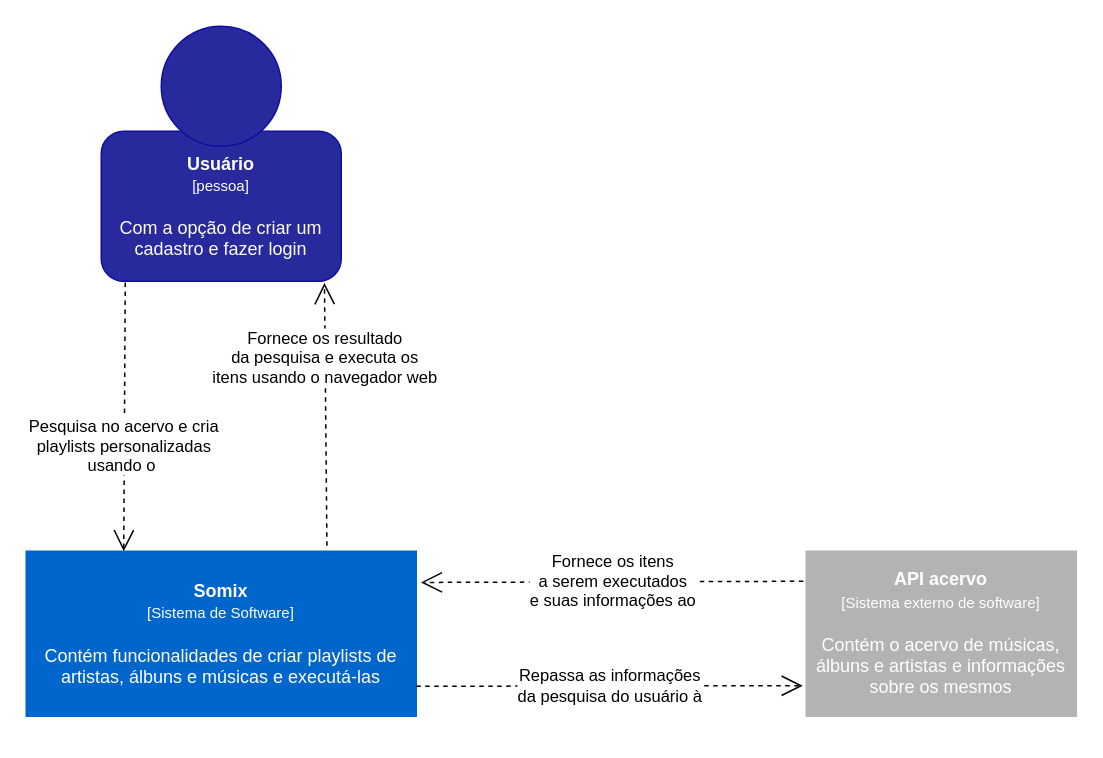
This is Diagrama sem nome.drawio from verzajr/verzaJr, a draw.io file, before an edit. Source tidied: cells renumbered, new cells numbered last; positions are measured from the earlier drawing's top-left corner, leaving out a move shared by most shapes. Both pictures are drawn from the tidied source at 150%, with x=0, y=0 at pixel (26, 26).
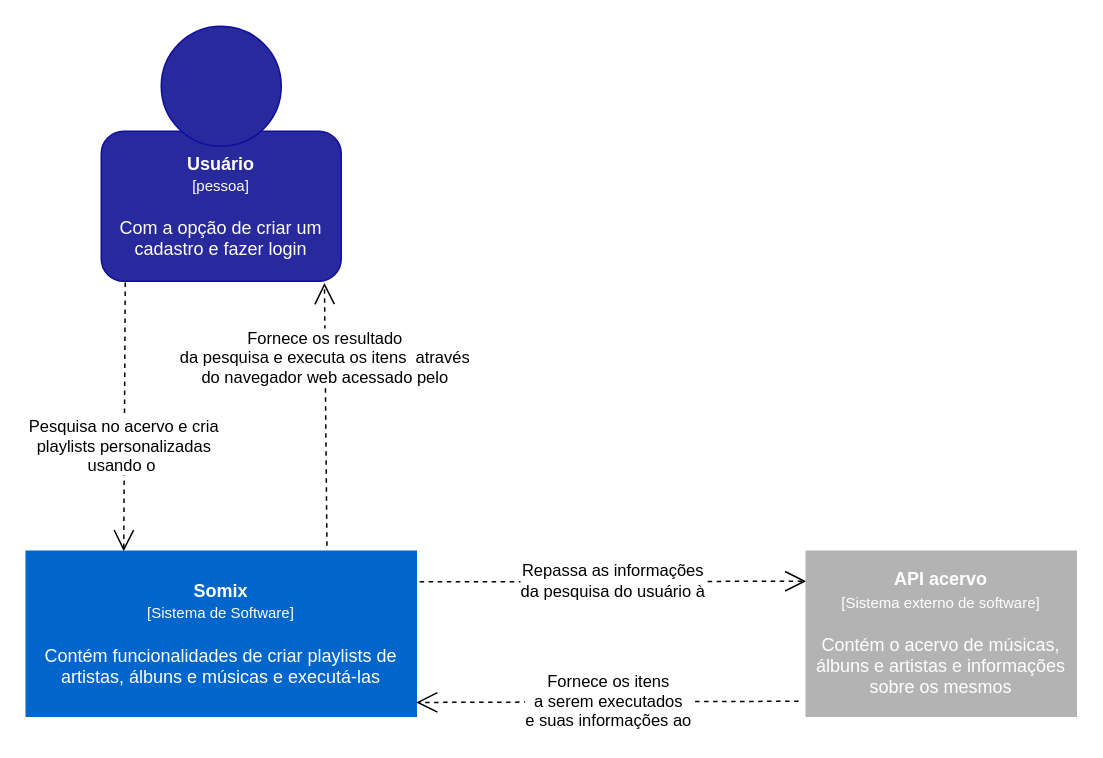
After the change.

Commit message:
atualizar C4_Somix

Change to the diagram source:
```diff
@@
 <mxGraphModel>
   <root>
     <mxCell id="0" />
     <mxCell id="1" parent="0" />
     <mxCell id="2" value="&lt;font color=&quot;#ffffff&quot;&gt;&lt;b&gt;Usuário&lt;br&gt;&lt;/b&gt;&lt;font style=&quot;font-size: 10px;&quot;&gt;[pessoa]&lt;br&gt;&lt;/font&gt;&lt;br&gt;Com a opção de criar um cadastro e fazer login&lt;/font&gt;" style="rounded=1;whiteSpace=wrap;html=1;fillColor=#29299E;strokeColor=#0D0D9E;" parent="1" vertex="1">
       <mxGeometry x="50" y="70" width="160" height="100" as="geometry" />
     </mxCell>
     <mxCell id="3" style="ellipse;whiteSpace=wrap;html=1;fillColor=#29299E;strokeColor=#0D0D9E;" parent="1" vertex="1">
       <mxGeometry x="90" width="80" height="80" as="geometry" />
     </mxCell>
     <mxCell id="4" value="Pesquisa no acervo e cria&lt;br&gt;playlists personalizadas&lt;br&gt;usando o&amp;nbsp;" style="endArrow=open;endSize=12;dashed=1;html=1;rounded=0;exitX=0.1;exitY=1.008;exitDx=0;exitDy=0;entryX=0.25;entryY=0;entryDx=0;entryDy=0;exitPerimeter=0;" parent="1" edge="1" source="2" target="5">
       <mxGeometry x="0.22" relative="1" as="geometry" />
     </mxCell>
     <mxCell id="5" value="&lt;font color=&quot;#ffffff&quot;&gt;&lt;b&gt;Somix&lt;/b&gt;&lt;br&gt;&lt;font style=&quot;font-size: 10px;&quot;&gt;[Sistema de Software]&lt;br&gt;&lt;/font&gt;&lt;br&gt;Contém funcionalidades de criar playlists de artistas, álbuns e músicas e executá-las&lt;/font&gt;" style="rounded=0;whiteSpace=wrap;html=1;fillColor=#0066CC;strokeColor=#0066CC;" parent="1" vertex="1">
       <mxGeometry y="350" width="260" height="110" as="geometry" />
     </mxCell>
-    <mxCell id="6" value="Repassa as informações&lt;br&gt;da pesquisa do usuário à" style="endArrow=open;endSize=12;dashed=1;html=1;rounded=0;exitX=1;exitY=0.5;exitDx=0;exitDy=0;entryX=-0.013;entryY=0.815;entryDx=0;entryDy=0;entryPerimeter=0;" parent="1" edge="1" target="7">
+    <mxCell id="6" value="Repassa as informações&lt;br&gt;da pesquisa do usuário à" style="endArrow=open;endSize=12;dashed=1;html=1;rounded=0;exitX=1;exitY=0.5;exitDx=0;exitDy=0;entryX=-0.013;entryY=0.815;entryDx=0;entryDy=0;entryPerimeter=0;" parent="1" edge="1">
       <mxGeometry relative="1" as="geometry">
-        <mxPoint x="260" y="440" as="sourcePoint" />
+        <mxPoint x="262.3" y="370.4" as="sourcePoint" />
+        <mxPoint x="520" y="370" as="targetPoint" />
       </mxGeometry>
     </mxCell>
     <mxCell id="7" value="&lt;font color=&quot;#ffffff&quot;&gt;&lt;b&gt;API acervo&lt;br&gt;&lt;/b&gt;&lt;font style=&quot;font-size: 10px;&quot;&gt;[Sistema externo de software]&lt;/font&gt;&lt;br&gt;&lt;br&gt;Contém o acervo de músicas, álbuns e artistas e informações sobre os mesmos&lt;/font&gt;" style="rounded=0;whiteSpace=wrap;html=1;fillColor=#B3B3B3;strokeColor=#B3B3B3;" parent="1" vertex="1">
       <mxGeometry x="520" y="350" width="180" height="110" as="geometry" />
     </mxCell>
-    <mxCell id="8" value="Fornece os itens&lt;br&gt;a serem executados&lt;br&gt;e suas informações ao" style="endArrow=open;endSize=12;dashed=1;html=1;rounded=0;exitX=-0.011;exitY=0.182;exitDx=0;exitDy=0;entryX=1.012;entryY=0.189;entryDx=0;entryDy=0;entryPerimeter=0;exitPerimeter=0;" parent="1" edge="1" source="7" target="5">
-      <mxGeometry relative="1" as="geometry" />
+    <mxCell id="8" value="Fornece os itens&lt;br&gt;a serem executados&lt;br&gt;e suas informações ao" style="endArrow=open;endSize=12;dashed=1;html=1;rounded=0;exitX=-0.011;exitY=0.182;exitDx=0;exitDy=0;entryX=1.012;entryY=0.189;entryDx=0;entryDy=0;entryPerimeter=0;exitPerimeter=0;" parent="1" edge="1">
+      <mxGeometry relative="1" as="geometry">
+        <mxPoint x="514.9" y="450" as="sourcePoint" />
+        <mxPoint x="260" y="450.8" as="targetPoint" />
+      </mxGeometry>
     </mxCell>
-    <mxCell id="9" value="Fornece os resultado&lt;br&gt;da pesquisa e executa os&lt;br&gt;itens usando o navegador web" style="endArrow=open;endSize=12;dashed=1;html=1;rounded=0;entryX=0.93;entryY=1.012;entryDx=0;entryDy=0;entryPerimeter=0;exitX=0.771;exitY=-0.033;exitDx=0;exitDy=0;exitPerimeter=0;" parent="1" edge="1" source="5" target="2">
+    <mxCell id="9" value="Fornece os resultado&lt;br&gt;da pesquisa e executa os itens&amp;nbsp; através&lt;br&gt;do navegador web acessado pelo" style="endArrow=open;endSize=12;dashed=1;html=1;rounded=0;entryX=0.93;entryY=1.012;entryDx=0;entryDy=0;entryPerimeter=0;exitX=0.771;exitY=-0.033;exitDx=0;exitDy=0;exitPerimeter=0;" parent="1" edge="1" source="5" target="2">
       <mxGeometry x="0.43" relative="1" as="geometry" />
     </mxCell>
   </root>
 </mxGraphModel>
```
